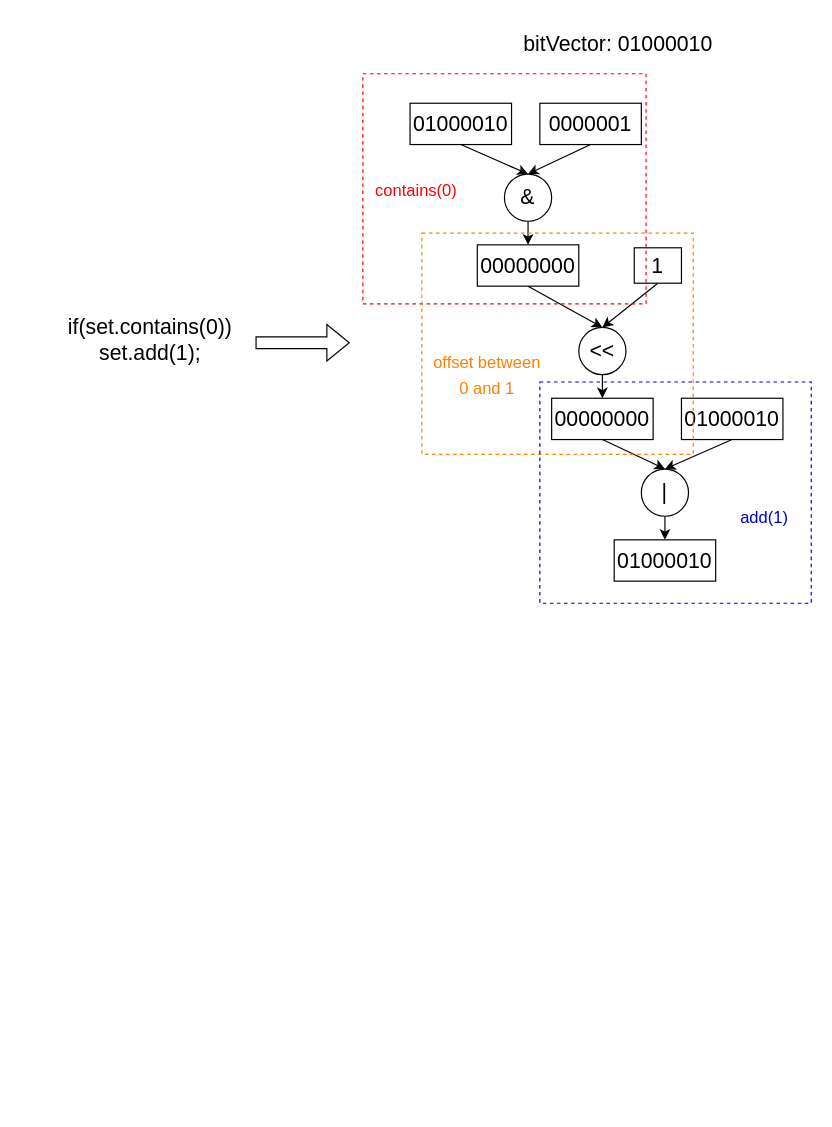
Earlier version of the draw.io diagram img/未命名绘图.drawio (Coder-Colder/MyPics). Source tidied: cells renumbered, new cells numbered last; positions are measured from the earlier drawing's top-left corner, leaving out a move shared by most shapes. Both pictures are drawn from the tidied source at 118%, with x=0, y=0 at pixel (55, 20).
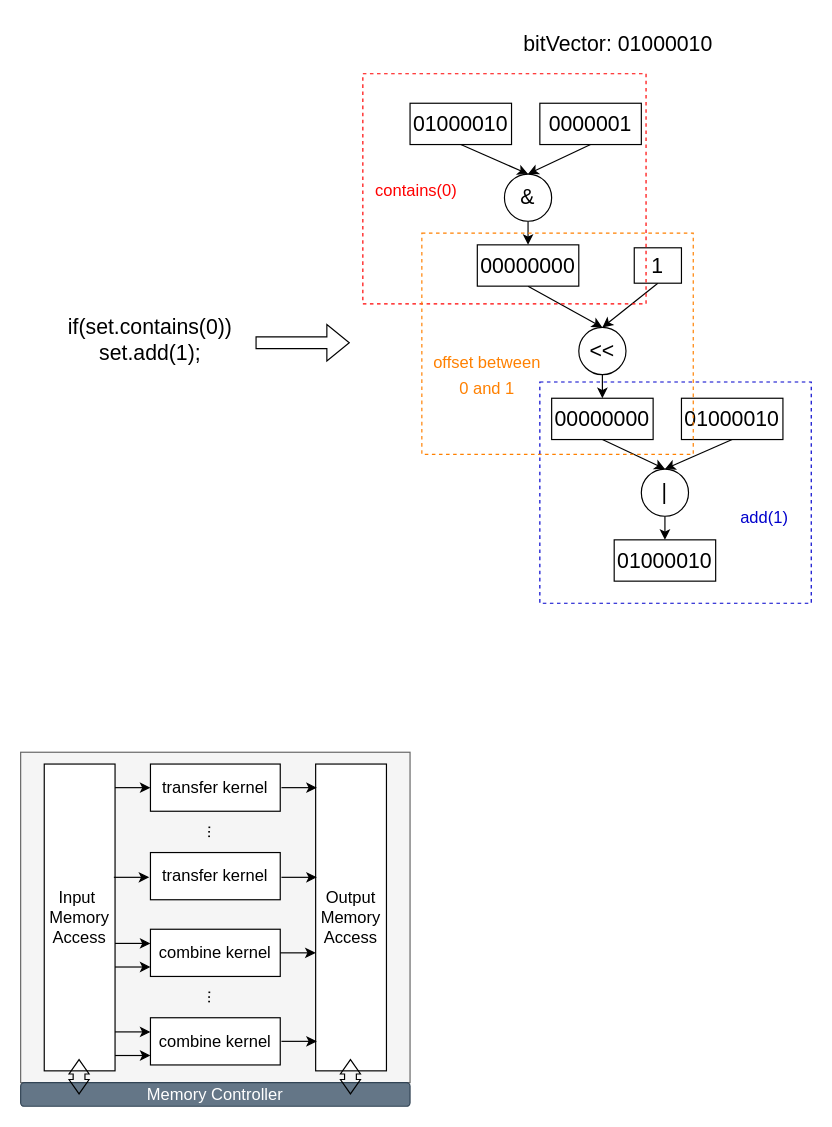
After the change.

Commit message:
更新未命名绘图.drawio

Diff of the diagram source:
```diff
@@
+    <mxCell id="34" style="rounded=0;whiteSpace=wrap;html=1;fillColor=#f5f5f5;fontColor=#333333;strokeColor=#666666;" parent="1" vertex="1">
+      <mxGeometry x="-30" y="620" width="330" height="280" as="geometry" />
+    </mxCell>
+    <mxCell id="35" value="&lt;font style=&quot;font-size: 14px;&quot;&gt;transfer kernel&lt;/font&gt;" style="rounded=0;whiteSpace=wrap;html=1;" parent="1" vertex="1">
+      <mxGeometry x="80" y="630" width="110" height="40" as="geometry" />
+    </mxCell>
+    <mxCell id="36" value="&lt;font style=&quot;font-size: 14px;&quot;&gt;transfer kernel&lt;/font&gt;" style="rounded=0;whiteSpace=wrap;html=1;" parent="1" vertex="1">
+      <mxGeometry x="80" y="705" width="110" height="40" as="geometry" />
+    </mxCell>
+    <mxCell id="37" value="..." style="text;html=1;strokeColor=none;fillColor=none;align=center;verticalAlign=middle;whiteSpace=wrap;rounded=0;fontSize=14;rotation=91;" parent="1" vertex="1">
+      <mxGeometry x="117.5" y="670" width="35" height="35" as="geometry" />
+    </mxCell>
+    <mxCell id="38" value="&lt;span style=&quot;font-size: 14px;&quot;&gt;combine kernel&lt;/span&gt;" style="rounded=0;whiteSpace=wrap;html=1;" parent="1" vertex="1">
+      <mxGeometry x="80" y="770" width="110" height="40" as="geometry" />
+    </mxCell>
+    <mxCell id="39" value="&lt;span style=&quot;font-size: 14px;&quot;&gt;combine kernel&lt;/span&gt;" style="rounded=0;whiteSpace=wrap;html=1;" parent="1" vertex="1">
+      <mxGeometry x="80" y="845" width="110" height="40" as="geometry" />
+    </mxCell>
+    <mxCell id="40" value="..." style="text;html=1;strokeColor=none;fillColor=none;align=center;verticalAlign=middle;whiteSpace=wrap;rounded=0;fontSize=14;rotation=91;" parent="1" vertex="1">
+      <mxGeometry x="117.5" y="810" width="35" height="35" as="geometry" />
+    </mxCell>
+    <mxCell id="41" value="Input&amp;nbsp;&lt;br&gt;Memory&lt;br&gt;Access" style="rounded=0;whiteSpace=wrap;html=1;fontSize=14;" parent="1" vertex="1">
+      <mxGeometry x="-10" y="630" width="60" height="260" as="geometry" />
+    </mxCell>
+    <mxCell id="42" value="Output&lt;br&gt;Memory&lt;br&gt;Access" style="rounded=0;whiteSpace=wrap;html=1;fontSize=14;" parent="1" vertex="1">
+      <mxGeometry x="220" y="630" width="60" height="260" as="geometry" />
+    </mxCell>
+    <mxCell id="43" style="endArrow=classic;html=1;rounded=0;fontSize=14;entryX=0;entryY=0.5;entryDx=0;entryDy=0;" parent="1" edge="1" target="35">
+      <mxGeometry relative="1" as="geometry">
+        <mxPoint x="50" y="650" as="sourcePoint" />
+      </mxGeometry>
+    </mxCell>
+    <mxCell id="44" style="endArrow=classic;html=1;rounded=0;fontSize=14;entryX=0;entryY=0.5;entryDx=0;entryDy=0;" parent="1" edge="1">
+      <mxGeometry relative="1" as="geometry">
+        <mxPoint x="49" y="726" as="sourcePoint" />
+        <mxPoint x="79" y="726" as="targetPoint" />
+      </mxGeometry>
+    </mxCell>
+    <mxCell id="45" style="endArrow=classic;html=1;rounded=0;fontSize=14;entryX=0;entryY=0.5;entryDx=0;entryDy=0;" parent="1" edge="1">
+      <mxGeometry relative="1" as="geometry">
+        <mxPoint x="191" y="650" as="sourcePoint" />
+        <mxPoint x="221" y="650" as="targetPoint" />
+      </mxGeometry>
+    </mxCell>
+    <mxCell id="46" style="endArrow=classic;html=1;rounded=0;fontSize=14;entryX=0;entryY=0.5;entryDx=0;entryDy=0;" parent="1" edge="1">
+      <mxGeometry relative="1" as="geometry">
+        <mxPoint x="191" y="726" as="sourcePoint" />
+        <mxPoint x="221" y="726" as="targetPoint" />
+      </mxGeometry>
+    </mxCell>
+    <mxCell id="47" style="endArrow=classic;html=1;rounded=0;fontSize=14;entryX=0;entryY=0.5;entryDx=0;entryDy=0;" parent="1" edge="1">
+      <mxGeometry relative="1" as="geometry">
+        <mxPoint x="190" y="790" as="sourcePoint" />
+        <mxPoint x="220" y="790" as="targetPoint" />
+      </mxGeometry>
+    </mxCell>
+    <mxCell id="48" style="endArrow=classic;html=1;rounded=0;fontSize=14;entryX=0;entryY=0.5;entryDx=0;entryDy=0;" parent="1" edge="1">
+      <mxGeometry relative="1" as="geometry">
+        <mxPoint x="191" y="865" as="sourcePoint" />
+        <mxPoint x="221" y="865" as="targetPoint" />
+      </mxGeometry>
+    </mxCell>
+    <mxCell id="49" style="endArrow=classic;html=1;rounded=0;fontSize=14;entryX=0;entryY=0.5;entryDx=0;entryDy=0;" parent="1" edge="1">
+      <mxGeometry relative="1" as="geometry">
+        <mxPoint x="50" y="782" as="sourcePoint" />
+        <mxPoint x="80" y="782" as="targetPoint" />
+      </mxGeometry>
+    </mxCell>
+    <mxCell id="50" style="endArrow=classic;html=1;rounded=0;fontSize=14;entryX=0;entryY=0.5;entryDx=0;entryDy=0;" parent="1" edge="1">
+      <mxGeometry relative="1" as="geometry">
+        <mxPoint x="50" y="802" as="sourcePoint" />
+        <mxPoint x="80" y="802" as="targetPoint" />
+      </mxGeometry>
+    </mxCell>
+    <mxCell id="51" style="endArrow=classic;html=1;rounded=0;fontSize=14;entryX=0;entryY=0.5;entryDx=0;entryDy=0;" parent="1" edge="1">
+      <mxGeometry relative="1" as="geometry">
+        <mxPoint x="50" y="857" as="sourcePoint" />
+        <mxPoint x="80" y="857" as="targetPoint" />
+      </mxGeometry>
+    </mxCell>
+    <mxCell id="52" style="endArrow=classic;html=1;rounded=0;fontSize=14;entryX=0;entryY=0.5;entryDx=0;entryDy=0;" parent="1" edge="1">
+      <mxGeometry relative="1" as="geometry">
+        <mxPoint x="50" y="877" as="sourcePoint" />
+        <mxPoint x="80" y="877" as="targetPoint" />
+      </mxGeometry>
+    </mxCell>
+    <mxCell id="53" value="Memory Controller" style="rounded=1;whiteSpace=wrap;html=1;fontSize=14;fillColor=#647687;fontColor=#ffffff;strokeColor=#314354;" parent="1" vertex="1">
+      <mxGeometry x="-30" y="900" width="330" height="20" as="geometry" />
+    </mxCell>
+    <mxCell id="54" style="shape=flexArrow;endArrow=classic;startArrow=classic;html=1;rounded=0;fontSize=14;startWidth=6;startSize=3.73;endWidth=6;endSize=3.73;" parent="1" edge="1">
+      <mxGeometry relative="1" as="geometry">
+        <mxPoint x="19.5" y="910" as="sourcePoint" />
+        <mxPoint x="19.5" y="880" as="targetPoint" />
+      </mxGeometry>
+    </mxCell>
+    <mxCell id="55" style="shape=flexArrow;endArrow=classic;startArrow=classic;html=1;rounded=0;fontSize=14;startWidth=6;startSize=3.73;endWidth=6;endSize=3.73;" parent="1" edge="1">
+      <mxGeometry relative="1" as="geometry">
+        <mxPoint x="249.5" y="910" as="sourcePoint" />
+        <mxPoint x="249.5" y="880" as="targetPoint" />
+      </mxGeometry>
+    </mxCell>
```
